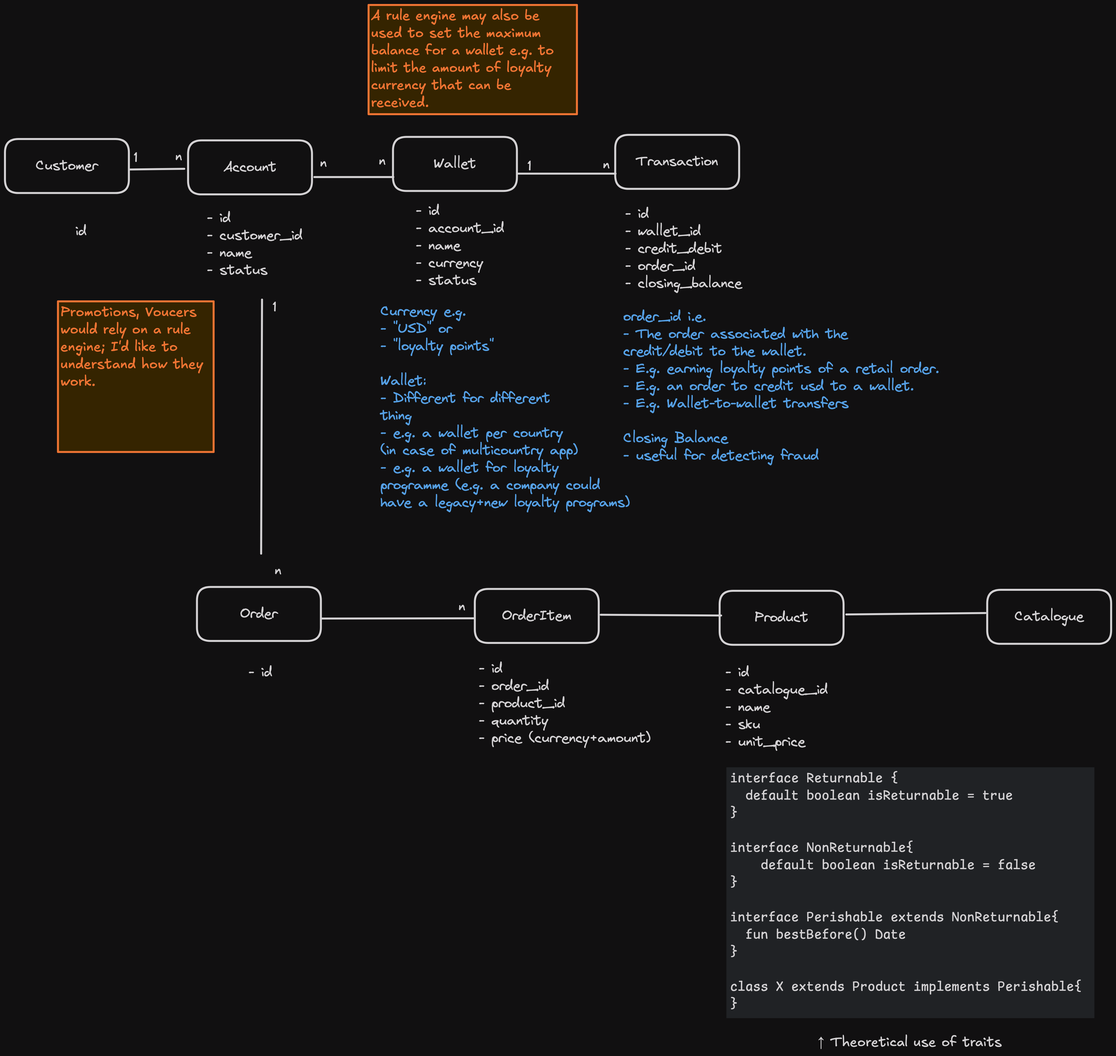
Earlier version of the Excalidraw export Architecture/images/loyalty-commerce-schema.excalidraw.png (w-k-s/knowledge). Source tidied: one line per element, renumbered; positions are measured from the earlier drawing's top-left corner, leaving out a move shared by most shapes.
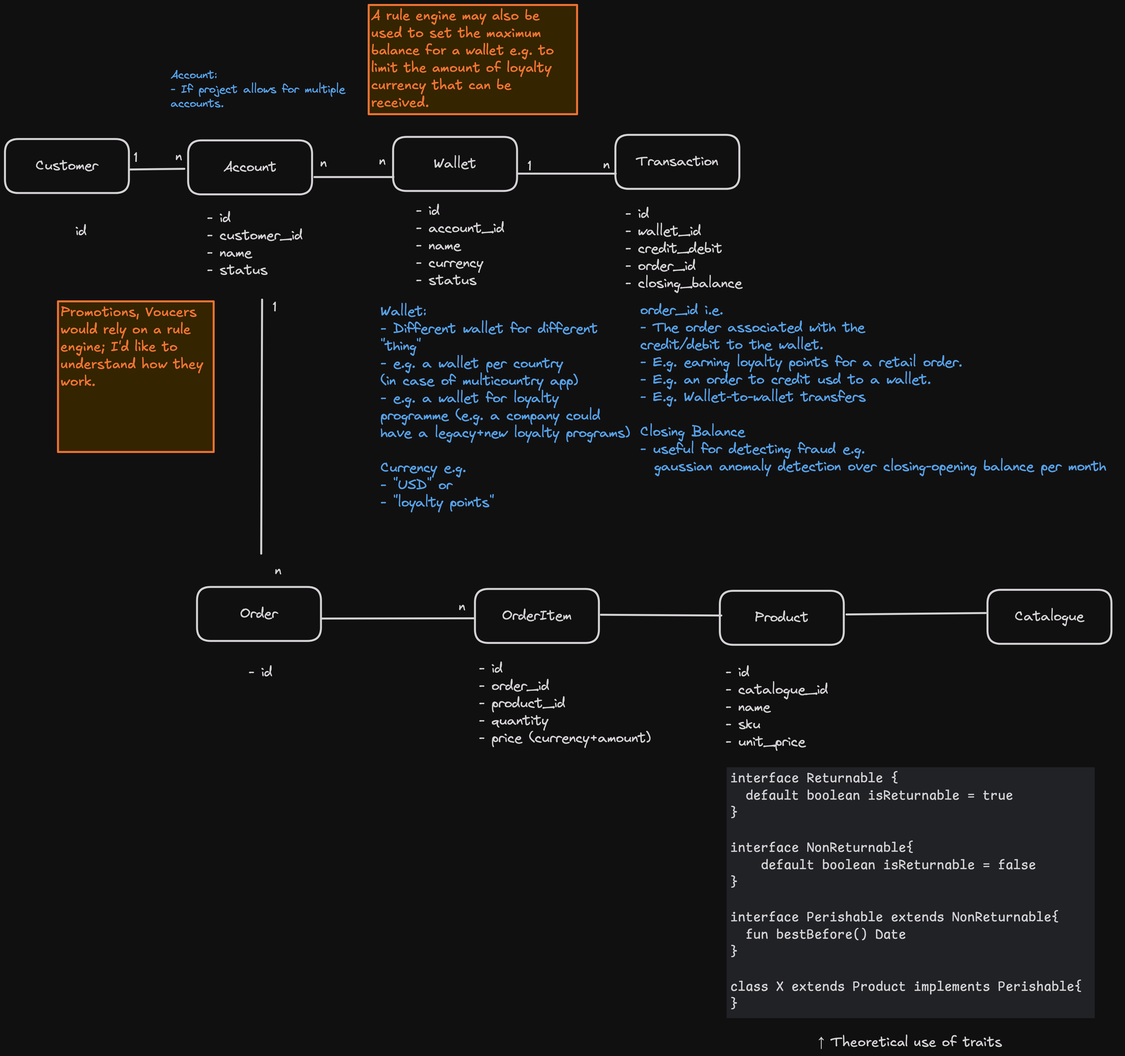
The same diagram one commit later.

Commit message:
Update Loyalty Commerce Schema

The edit, as a diff of the source:
```diff
@@ -19,8 +19,8 @@
 {"id": 18, "type": "text", "text": "- id\n- wallet_id\n- credit_debit\n- order_id\n- closing_balance", "strokeColor": "#1e1e1e", "strokeWidth": 4, "roughness": 0, "fontSize": 28, "fontFamily": 1, "x": 1249, "y": 404, "width": 237, "height": 175}
 {"id": 19, "type": "text", "text": "- id\n- customer_id\n- name\n- status", "strokeColor": "#1e1e1e", "strokeWidth": 4, "roughness": 0, "fontSize": 28, "fontFamily": 1, "x": 407, "y": 413, "width": 193, "height": 140}
 {"id": 20, "type": "text", "text": "id", "strokeColor": "#1e1e1e", "strokeWidth": 4, "roughness": 0, "fontSize": 28, "fontFamily": 1, "x": 142, "y": 439, "width": 23, "height": 35}
-{"id": 21, "type": "text", "text": "Currency e.g. \n- \"USD\" or\n- \"loyalty points\"\n\nWallet:\n- Different for different\nthing \n- e.g. a wallet per country\n(in case of multicountry app)\n- e.g. a wallet for loyalty\nprogramme (e.g. a company could\nhave a legacy+new loyalty programs)", "strokeColor": "#1971c2", "strokeWidth": 4, "roughness": 0, "fontSize": 28, "fontFamily": 1, "x": 756, "y": 600, "width": 503, "height": 420}
+{"id": 21, "type": "text", "text": "Wallet:\n- Different wallet for different\n\"thing\" \n- e.g. a wallet per country\n(in case of multicountry app)\n- e.g. a wallet for loyalty\nprogramme (e.g. a company could\nhave a legacy+new loyalty programs)\n\nCurrency e.g. \n- \"USD\" or\n- \"loyalty points\"\n", "strokeColor": "#1971c2", "strokeWidth": 4, "roughness": 0, "fontSize": 28, "fontFamily": 1, "x": 756, "y": 600, "width": 503, "height": 455}
-{"id": 22, "type": "text", "text": "order_id i.e.\n- The order associated with the \ncredit/debit to the wallet.\n- E.g. earning loyalty points of a retail order.\n- E.g. an order to credit usd to a wallet.\n- E.g. Wallet-to-wallet transfers\n\nClosing Balance\n- useful for detecting fraud", "strokeColor": "#1971c2", "strokeWidth": 4, "roughness": 0, "fontSize": 28, "fontFamily": 1, "x": 1246, "y": 611, "width": 636, "height": 315}
+{"id": 22, "type": "text", "text": "order_id i.e.\n- The order associated with the \ncredit/debit to the wallet.\n- E.g. earning loyalty points for a retail order.\n- E.g. an order to credit usd to a wallet.\n- E.g. Wallet-to-wallet transfers\n\nClosing Balance\n- useful for detecting fraud e.g. \n  gaussian anomaly detection over closing-opening balance per month ", "strokeColor": "#1971c2", "strokeWidth": 4, "roughness": 0, "fontSize": 28, "fontFamily": 1, "x": 1280, "y": 598, "width": 966, "height": 350}
 {"id": 23, "type": "rectangle", "strokeColor": "#1e1e1e", "strokeWidth": 4, "roughness": 0, "round": true, "x": 387, "y": 1172, "width": 250, "height": 109}
 {"id": 24, "type": "text", "text": "Order", "strokeColor": "#1e1e1e", "strokeWidth": 4, "roughness": 0, "fontSize": 28, "fontFamily": 1, "textAlign": "center", "verticalAlign": "middle", "inside": 23, "x": 472, "y": 1209, "width": 79, "height": 35}
 {"id": 25, "type": "rectangle", "strokeColor": "#1e1e1e", "strokeWidth": 4, "roughness": 0, "round": true, "x": 946, "y": 1176, "width": 250, "height": 109}
@@ -46,3 +46,4 @@
 {"id": 45, "type": "text", "text": "Promotions, Voucers\nwould rely on a rule\nengine; I'd like to\nunderstand how they\nwork.", "strokeColor": "#e8590c", "backgroundColor": "#ffec99", "fillStyle": "solid", "strokeWidth": 4, "roughness": 0, "fontSize": 28, "fontFamily": 5, "inside": 44, "x": 112, "y": 602, "width": 289, "height": 175}
 {"id": 46, "type": "rectangle", "strokeColor": "#e8590c", "backgroundColor": "#ffec99", "fillStyle": "solid", "strokeWidth": 4, "roughness": 0, "x": 732, "y": 0, "width": 420, "height": 220}
 {"id": 47, "type": "text", "text": "A rule engine may also be\nused to set the maximum\nbalance for a wallet e.g. to\nlimit the amount of loyalty\ncurrency that can be\nreceived.", "strokeColor": "#e8590c", "backgroundColor": "#ffec99", "fillStyle": "solid", "strokeWidth": 4, "roughness": 0, "fontSize": 28, "fontFamily": 5, "inside": 46, "x": 737, "y": 5, "width": 369, "height": 210}
+{"id": 48, "type": "text", "text": "Account:\n- If project allows for multiple\naccounts.", "strokeColor": "#1971c2", "strokeWidth": 4, "roughness": 0, "fontSize": 23.03, "fontFamily": 1, "x": 334, "y": 127, "width": 353, "height": 86}
```
